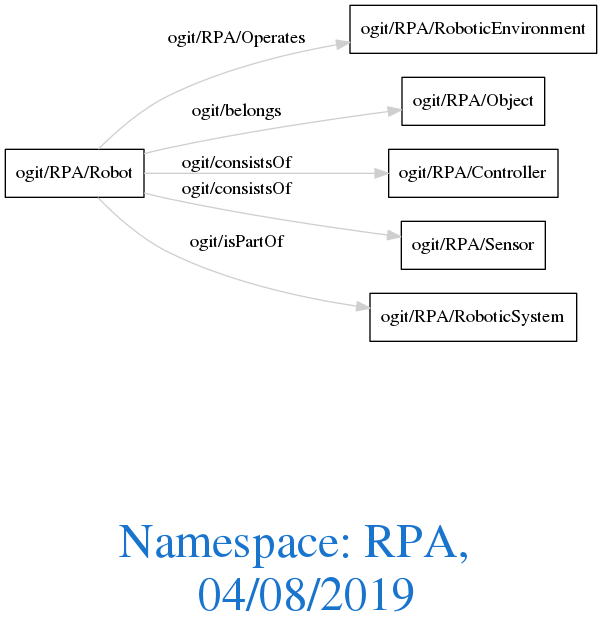
arago/OGIT keeps this Graphviz diagram as downloads/RPA.png. Above is the earlier version. Its source is kept beside it as downloads/RPA.dot.
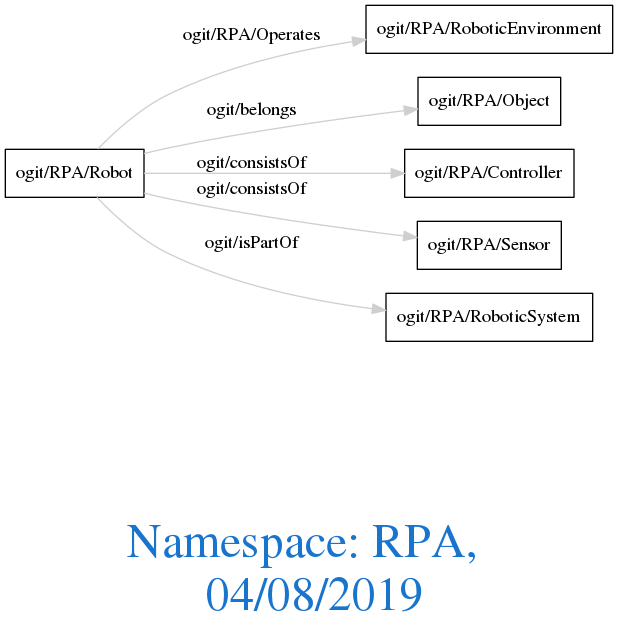
Later version of the same file.

Change to the diagram source:
```diff
@@ -1,12 +1,13 @@
 digraph OGIT_ontology {
- graph [ rankdir= LR,fontsize = 36,
+ graph [ rankdir= LR,compound=true
+fontsize = 36,
 fontcolor= dodgerblue3,label = "\n\n\nNamespace: RPA, \n 04/08/2019"];
 node[shape=polygon];
 edge [  color="gray81"];
 
-   "ogit/RPA/Robot" -> "ogit/RPA/RoboticEnvironment" [label="ogit/RPA/Operates    "];
-   "ogit/RPA/Robot" -> "ogit/RPA/Object" [label="ogit/belongs    "];
-   "ogit/RPA/Robot" -> "ogit/RPA/Controller" [label="ogit/consistsOf    "];
-   "ogit/RPA/Robot" -> "ogit/RPA/Sensor" [label="ogit/consistsOf    "];
-   "ogit/RPA/Robot" -> "ogit/RPA/RoboticSystem" [label="ogit/isPartOf    "];
+   "ogit/RPA/Robot" -> "ogit/RPA/RoboticEnvironment" [label="   ogit/RPA/Operates    "];
+   "ogit/RPA/Robot" -> "ogit/RPA/Object" [label="   ogit/belongs    "];
+   "ogit/RPA/Robot" -> "ogit/RPA/Controller" [label="   ogit/consistsOf    "];
+   "ogit/RPA/Robot" -> "ogit/RPA/Sensor" [label="   ogit/consistsOf    "];
+   "ogit/RPA/Robot" -> "ogit/RPA/RoboticSystem" [label="   ogit/isPartOf    "];
 }
```
